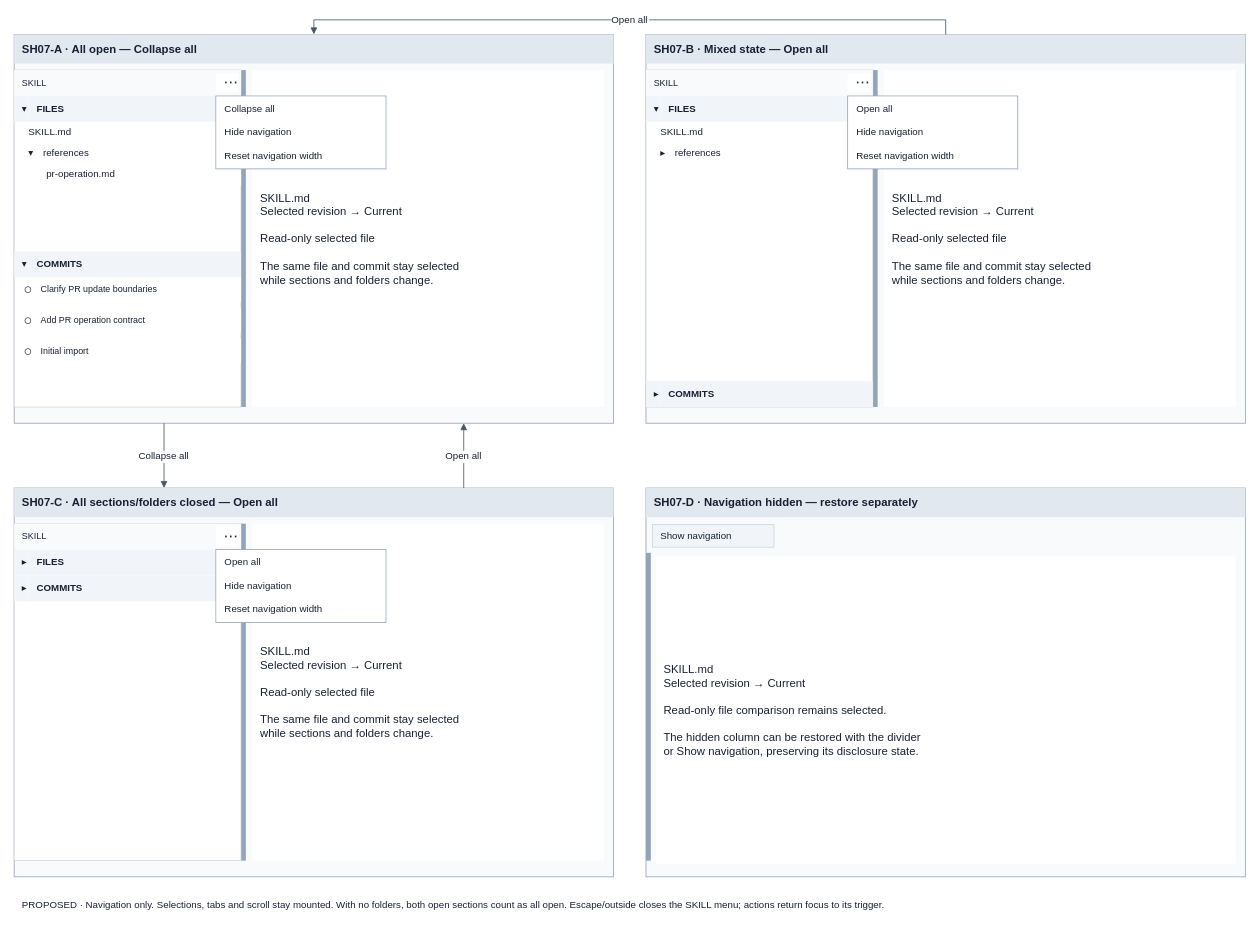
amadou-6e/specs keeps this draw.io diagram as page "Skill navigation states" (3 of 4) of projects/laomedo/subsystems/skill-registry/design/skill-files.drawio. Above is the earlier version. Source tidied: cells renumbered, new cells numbered last; positions are measured from the earlier drawing's top-left corner, leaving out a move shared by most shapes. Both pictures are drawn from the tidied source at 81%, with x=0, y=0 at pixel (14, 19).
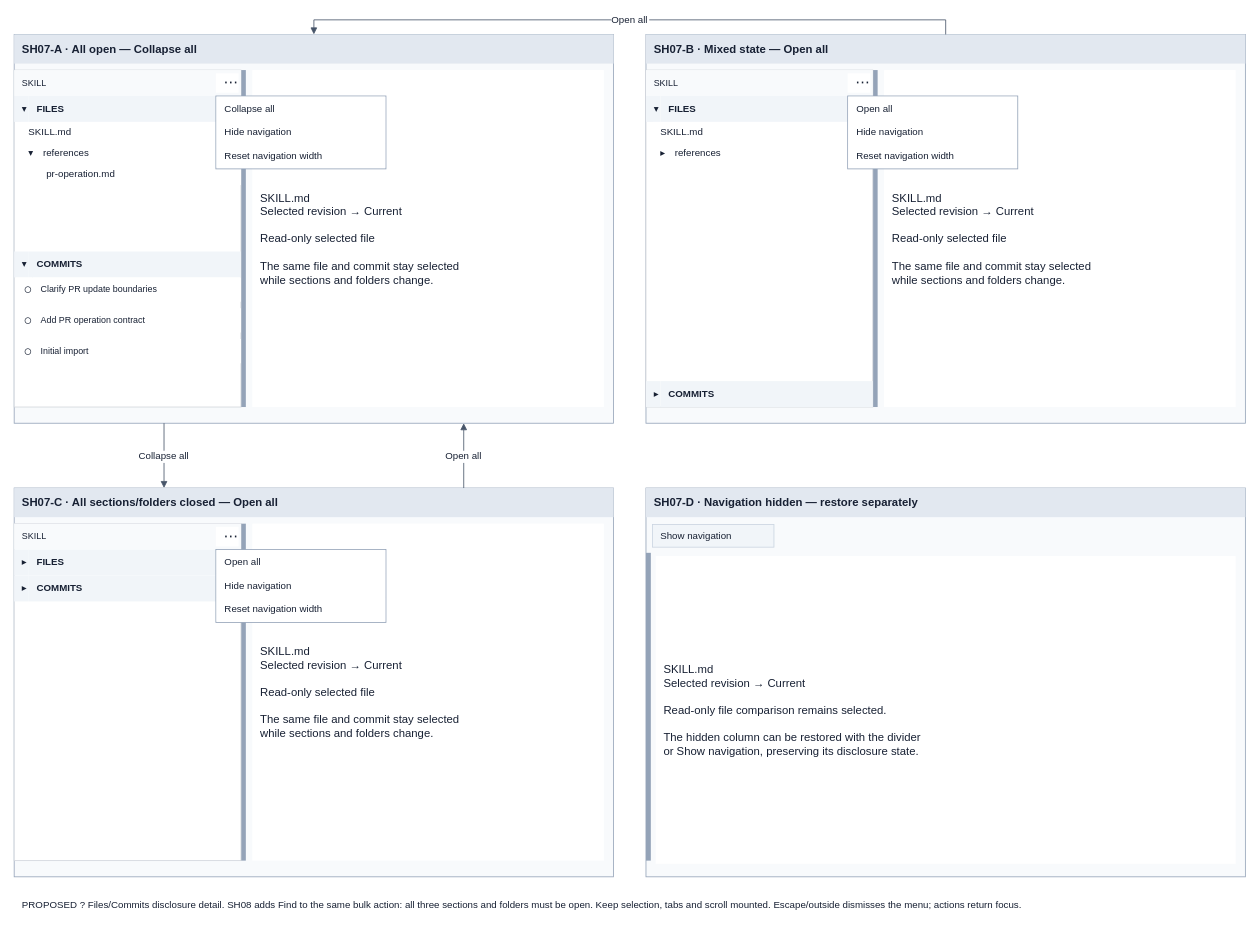
Above is the later version.

Commit message (it also covers changes not shown here):
Align Skill disclosure and search contracts

The edit, as a diff of the source:
```diff
@@
-    <mxCell id="68" value="PROPOSED · Navigation only. Selections, tabs and scroll stay mounted. With no folders, both open sections count as all open. Escape/outside closes the SKILL menu; actions return focus to its trigger." style="rounded=0;whiteSpace=wrap;html=0;align=left;verticalAlign=middle;spacingLeft=8;fontFamily=Arial;fontSize=12;fontColor=#172033;fillColor=#ffffff;strokeColor=none;" parent="1" vertex="1">
+    <mxCell id="68" value="PROPOSED ? Files/Commits disclosure detail. SH08 adds Find to the same bulk action: all three sections and folders must be open. Keep selection, tabs and scroll mounted. Escape/outside dismisses the menu; actions return focus." style="rounded=0;whiteSpace=wrap;html=0;align=left;verticalAlign=middle;spacingLeft=8;fontFamily=Arial;fontSize=12;fontColor=#172033;fillColor=#ffffff;strokeColor=none;" parent="1" vertex="1">
       <mxGeometry y="1068" width="1520" height="50" as="geometry" />
     </mxCell>
```
